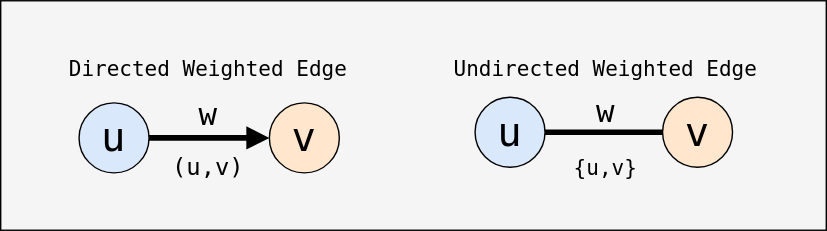
Above: public/diagrams/graph-edge-types-weight.svg in datkumar/code-journal (draw.io), before the change. Source tidied: cells renumbered, new cells last; positions are measured from the earlier drawing's top-left corner, leaving out a move shared by most shapes. Source of this version:
```xml
<mxGraphModel>
  <root>
    <mxCell id="0" />
    <mxCell id="1" parent="0" />
    <mxCell id="2" style="rounded=0;whiteSpace=wrap;html=1;fillColor=#f5f5f5;fontColor=#000000;strokeColor=light-dark(#000000, #959595);" parent="1" vertex="1">
      <mxGeometry width="590" height="164" as="geometry" />
    </mxCell>
    <mxCell id="3" style="edgeStyle=orthogonalEdgeStyle;rounded=0;jettySize=auto;html=1;exitX=1;exitY=0.5;exitDx=0;exitDy=0;endArrow=block;endFill=1;strokeWidth=4;fontFamily=monospace;fontSize=33;fontColor=#000000;strokeColor=light-dark(#000000, #959595);" parent="1" edge="1" source="4" target="8">
      <mxGeometry relative="1" as="geometry" />
    </mxCell>
    <mxCell id="4" value="u" style="ellipse;whiteSpace=wrap;html=1;fontFamily=monospace;fontSize=29;fillColor=#dae8fc;strokeColor=light-dark(#000000, #959595);fontColor=#000000;" parent="1" vertex="1">
      <mxGeometry x="56" y="73" width="50" height="50" as="geometry" />
    </mxCell>
    <mxCell id="5" value="v" style="ellipse;whiteSpace=wrap;html=1;fontFamily=monospace;fontSize=29;fillColor=#ffe6cc;strokeColor=light-dark(#000000, #959595);fontColor=#000000;" parent="1" vertex="1">
      <mxGeometry x="473" y="69" width="50" height="50" as="geometry" />
    </mxCell>
    <mxCell id="6" style="edgeStyle=orthogonalEdgeStyle;rounded=0;jettySize=auto;html=1;exitX=1;exitY=0.5;exitDx=0;exitDy=0;entryX=0;entryY=0.5;entryDx=0;entryDy=0;endArrow=none;startFill=0;strokeWidth=4;fontFamily=monospace;fontSize=33;fontColor=#000000;strokeColor=light-dark(#000000, #959595);" parent="1" edge="1" source="7" target="5">
      <mxGeometry relative="1" as="geometry" />
    </mxCell>
    <mxCell id="7" value="u" style="ellipse;whiteSpace=wrap;html=1;fontFamily=monospace;fontSize=29;fillColor=#dae8fc;strokeColor=light-dark(#000000, #959595);fontColor=#000000;" parent="1" vertex="1">
      <mxGeometry x="339" y="69" width="50" height="50" as="geometry" />
    </mxCell>
    <mxCell id="8" value="v" style="ellipse;whiteSpace=wrap;html=1;fontFamily=monospace;fontSize=29;fillColor=#ffe6cc;strokeColor=light-dark(#000000, #959595);fontColor=#000000;" parent="1" vertex="1">
      <mxGeometry x="192" y="73" width="50" height="50" as="geometry" />
    </mxCell>
    <mxCell id="9" value="{u,v}" style="text;html=1;align=center;verticalAlign=middle;strokeColor=none;fillColor=none;fontFamily=monospace;fontSize=15;fontColor=#000000;" parent="1" vertex="1">
      <mxGeometry x="400" y="104" width="63" height="30" as="geometry" />
    </mxCell>
    <mxCell id="10" value="(u,v)" style="text;html=1;align=center;verticalAlign=middle;strokeColor=none;fillColor=none;fontFamily=monospace;fontSize=17;fontColor=#000000;" parent="1" vertex="1">
      <mxGeometry x="113" y="103" width="69" height="32" as="geometry" />
    </mxCell>
    <mxCell id="11" value="Directed Weighted&amp;nbsp;Edge" style="text;html=1;align=center;verticalAlign=middle;strokeColor=none;fillColor=none;fontFamily=monospace;fontSize=15;fontColor=#000000;" parent="1" vertex="1">
      <mxGeometry x="39" y="33" width="217" height="30" as="geometry" />
    </mxCell>
    <mxCell id="12" value="Undirected Weighted Edge" style="text;html=1;align=center;verticalAlign=middle;strokeColor=none;fillColor=none;fontFamily=monospace;fontSize=15;fontColor=#000000;" parent="1" vertex="1">
      <mxGeometry x="314" y="33" width="235" height="30" as="geometry" />
    </mxCell>
    <mxCell id="13" value="w" style="text;html=1;align=center;verticalAlign=middle;strokeColor=none;fillColor=none;fontFamily=monospace;fontSize=22;fontColor=#000000;" parent="1" vertex="1">
      <mxGeometry x="132" y="63" width="31" height="38" as="geometry" />
    </mxCell>
    <mxCell id="14" value="w" style="text;html=1;align=center;verticalAlign=middle;strokeColor=none;fillColor=none;fontFamily=monospace;fontSize=22;fontColor=#000000;" parent="1" vertex="1">
      <mxGeometry x="416" y="61" width="31" height="38" as="geometry" />
    </mxCell>
  </root>
</mxGraphModel>
```
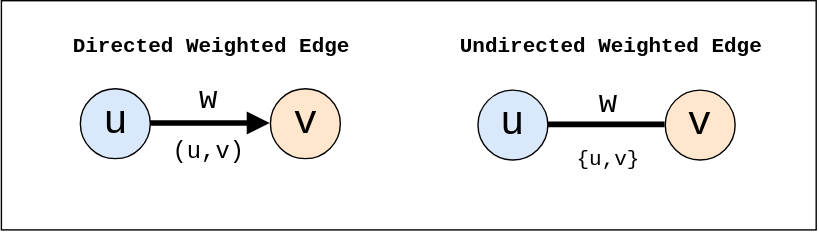
After the commit.

What changed in the source:
```diff
@@ -2,14 +2,14 @@
   <root>
     <mxCell id="0" />
     <mxCell id="1" parent="0" />
-    <mxCell id="2" style="rounded=0;whiteSpace=wrap;html=1;fillColor=#f5f5f5;fontColor=#000000;strokeColor=light-dark(#000000, #959595);" parent="1" vertex="1">
-      <mxGeometry width="590" height="164" as="geometry" />
+    <mxCell id="2" style="rounded=0;whiteSpace=wrap;html=1;fillColor=light-dark(#FFFFFF,#FFFFFF);fontColor=#000000;strokeColor=light-dark(#000000, #959595);fontFamily=monospace;" parent="1" vertex="1">
+      <mxGeometry x="-2" y="5" width="583" height="164" as="geometry" />
     </mxCell>
     <mxCell id="3" style="edgeStyle=orthogonalEdgeStyle;rounded=0;jettySize=auto;html=1;exitX=1;exitY=0.5;exitDx=0;exitDy=0;endArrow=block;endFill=1;strokeWidth=4;fontFamily=monospace;fontSize=33;fontColor=#000000;strokeColor=light-dark(#000000, #959595);" parent="1" edge="1" source="4" target="8">
       <mxGeometry relative="1" as="geometry" />
     </mxCell>
     <mxCell id="4" value="u" style="ellipse;whiteSpace=wrap;html=1;fontFamily=monospace;fontSize=29;fillColor=#dae8fc;strokeColor=light-dark(#000000, #959595);fontColor=#000000;" parent="1" vertex="1">
-      <mxGeometry x="56" y="73" width="50" height="50" as="geometry" />
+      <mxGeometry x="54.5" y="68" width="50" height="50" as="geometry" />
     </mxCell>
     <mxCell id="5" value="v" style="ellipse;whiteSpace=wrap;html=1;fontFamily=monospace;fontSize=29;fillColor=#ffe6cc;strokeColor=light-dark(#000000, #959595);fontColor=#000000;" parent="1" vertex="1">
       <mxGeometry x="473" y="69" width="50" height="50" as="geometry" />
@@ -21,22 +21,22 @@
       <mxGeometry x="339" y="69" width="50" height="50" as="geometry" />
     </mxCell>
     <mxCell id="8" value="v" style="ellipse;whiteSpace=wrap;html=1;fontFamily=monospace;fontSize=29;fillColor=#ffe6cc;strokeColor=light-dark(#000000, #959595);fontColor=#000000;" parent="1" vertex="1">
-      <mxGeometry x="192" y="73" width="50" height="50" as="geometry" />
+      <mxGeometry x="190.5" y="68" width="50" height="50" as="geometry" />
     </mxCell>
     <mxCell id="9" value="{u,v}" style="text;html=1;align=center;verticalAlign=middle;strokeColor=none;fillColor=none;fontFamily=monospace;fontSize=15;fontColor=#000000;" parent="1" vertex="1">
       <mxGeometry x="400" y="104" width="63" height="30" as="geometry" />
     </mxCell>
     <mxCell id="10" value="(u,v)" style="text;html=1;align=center;verticalAlign=middle;strokeColor=none;fillColor=none;fontFamily=monospace;fontSize=17;fontColor=#000000;" parent="1" vertex="1">
-      <mxGeometry x="113" y="103" width="69" height="32" as="geometry" />
+      <mxGeometry x="111.5" y="98" width="69" height="32" as="geometry" />
     </mxCell>
-    <mxCell id="11" value="Directed Weighted&amp;nbsp;Edge" style="text;html=1;align=center;verticalAlign=middle;strokeColor=none;fillColor=none;fontFamily=monospace;fontSize=15;fontColor=#000000;" parent="1" vertex="1">
-      <mxGeometry x="39" y="33" width="217" height="30" as="geometry" />
+    <mxCell id="11" value="Directed Weighted&amp;nbsp;Edge" style="text;html=1;align=center;verticalAlign=middle;strokeColor=none;fillColor=none;fontFamily=monospace;fontSize=15;fontColor=#000000;fontStyle=1;" parent="1" vertex="1">
+      <mxGeometry x="39" y="23" width="217" height="30" as="geometry" />
     </mxCell>
-    <mxCell id="12" value="Undirected Weighted Edge" style="text;html=1;align=center;verticalAlign=middle;strokeColor=none;fillColor=none;fontFamily=monospace;fontSize=15;fontColor=#000000;" parent="1" vertex="1">
-      <mxGeometry x="314" y="33" width="235" height="30" as="geometry" />
+    <mxCell id="12" value="Undirected Weighted Edge" style="text;html=1;align=center;verticalAlign=middle;strokeColor=none;fillColor=none;fontFamily=monospace;fontSize=15;fontColor=#000000;fontStyle=1;" parent="1" vertex="1">
+      <mxGeometry x="316" y="23" width="235" height="30" as="geometry" />
     </mxCell>
     <mxCell id="13" value="w" style="text;html=1;align=center;verticalAlign=middle;strokeColor=none;fillColor=none;fontFamily=monospace;fontSize=22;fontColor=#000000;" parent="1" vertex="1">
-      <mxGeometry x="132" y="63" width="31" height="38" as="geometry" />
+      <mxGeometry x="130.5" y="58" width="31" height="38" as="geometry" />
     </mxCell>
     <mxCell id="14" value="w" style="text;html=1;align=center;verticalAlign=middle;strokeColor=none;fillColor=none;fontFamily=monospace;fontSize=22;fontColor=#000000;" parent="1" vertex="1">
       <mxGeometry x="416" y="61" width="31" height="38" as="geometry" />
```
